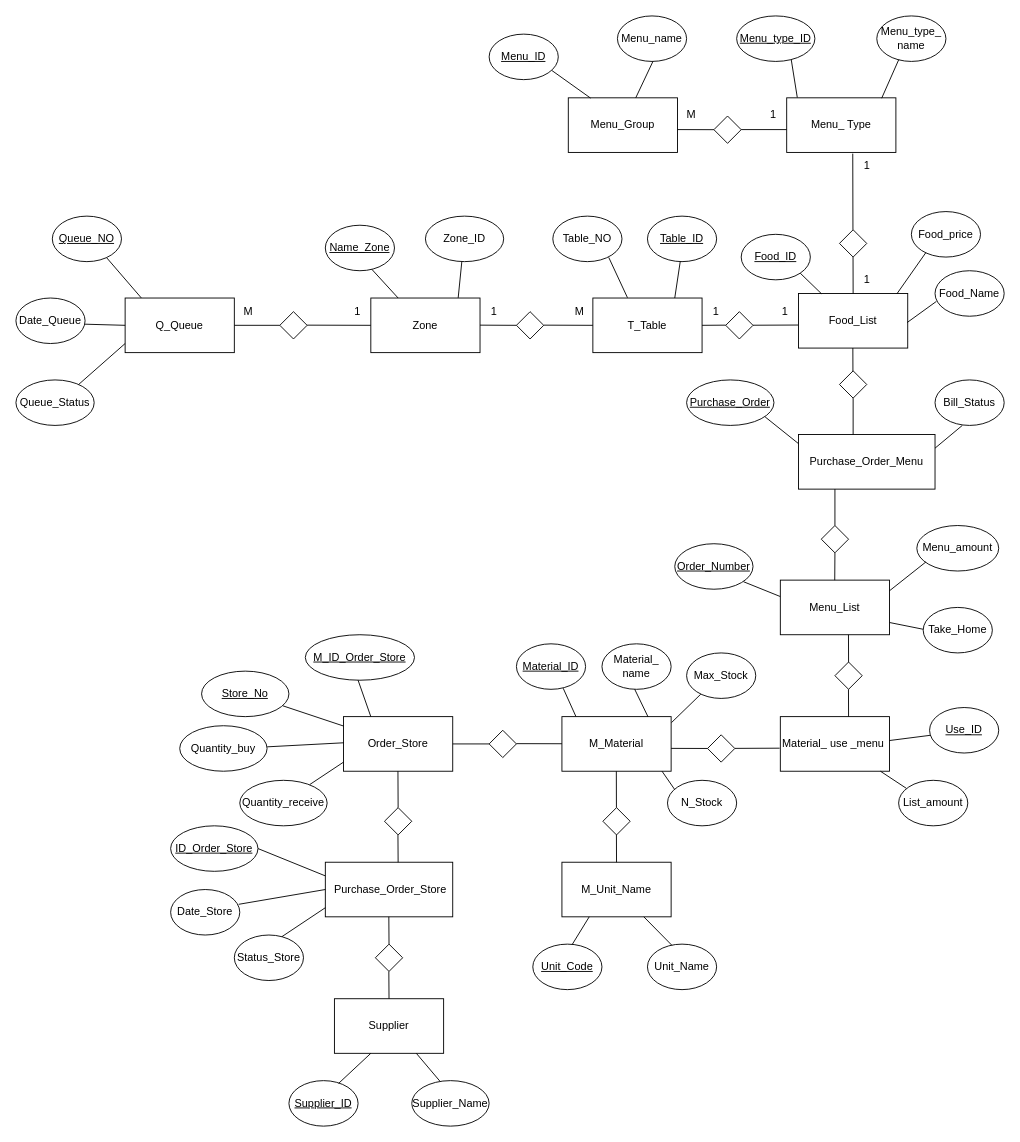
Before: ทดสอบ.drawio in banthitamakjeen/git-workshop, a draw.io diagram. Source tidied: cells renumbered, new cells numbered last; positions are measured from the earlier drawing's top-left corner, leaving out a move shared by most shapes. Both pictures are drawn from the tidied source at 91%, with x=0, y=0 at pixel (15, 15).
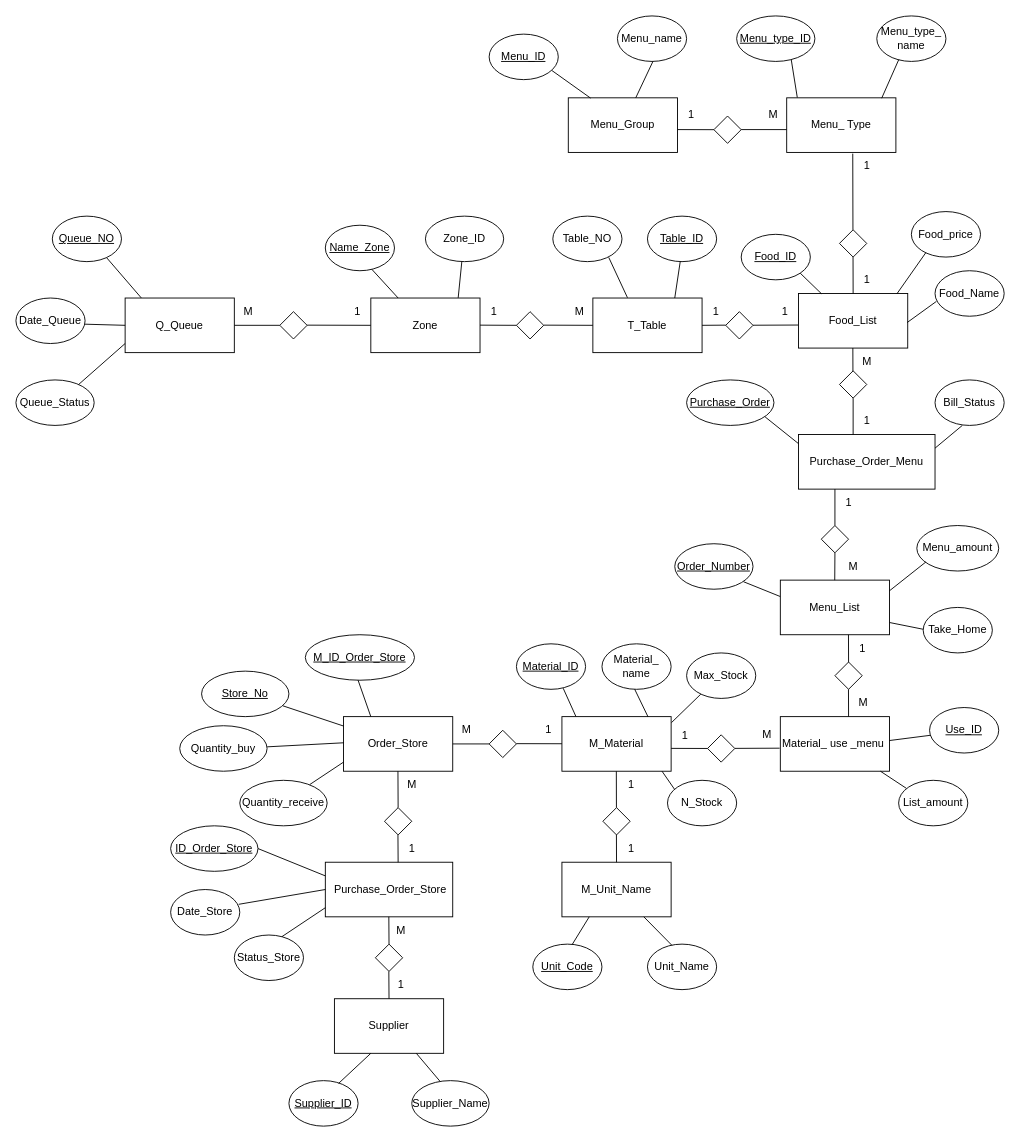
The same diagram, later.

Diff of the diagram source:
```diff
@@
-    <mxCell id="135" value="M" style="text;html=1;align=center;verticalAlign=middle;strokeColor=none;fillColor=none;" parent="1" vertex="1">
+    <mxCell id="135" value="1" style="text;html=1;align=center;verticalAlign=middle;strokeColor=none;fillColor=none;" parent="1" vertex="1">
       <mxGeometry x="727" y="94" width="30" height="30" as="geometry" />
     </mxCell>
-    <mxCell id="136" value="1" style="text;html=1;align=center;verticalAlign=middle;strokeColor=none;fillColor=none;" parent="1" vertex="1">
+    <mxCell id="136" value="M" style="text;html=1;align=center;verticalAlign=middle;strokeColor=none;fillColor=none;" parent="1" vertex="1">
       <mxGeometry x="817" y="94" width="30" height="30" as="geometry" />
     </mxCell>
+    <mxCell id="137" value="M" style="text;html=1;align=center;verticalAlign=middle;strokeColor=none;fillColor=none;" parent="1" vertex="1">
+      <mxGeometry x="920" y="365" width="30" height="30" as="geometry" />
+    </mxCell>
+    <mxCell id="138" value="1" style="text;html=1;align=center;verticalAlign=middle;strokeColor=none;fillColor=none;" parent="1" vertex="1">
+      <mxGeometry x="920" y="430" width="30" height="30" as="geometry" />
+    </mxCell>
+    <mxCell id="139" value="1" style="text;html=1;align=center;verticalAlign=middle;strokeColor=none;fillColor=none;" parent="1" vertex="1">
+      <mxGeometry x="900" y="520" width="30" height="30" as="geometry" />
+    </mxCell>
+    <mxCell id="140" value="M" style="text;html=1;align=center;verticalAlign=middle;strokeColor=none;fillColor=none;" parent="1" vertex="1">
+      <mxGeometry x="905" y="590" width="30" height="30" as="geometry" />
+    </mxCell>
+    <mxCell id="141" value="1" style="text;html=1;align=center;verticalAlign=middle;strokeColor=none;fillColor=none;" parent="1" vertex="1">
+      <mxGeometry x="915" y="680" width="30" height="30" as="geometry" />
+    </mxCell>
+    <mxCell id="142" value="M" style="text;html=1;align=center;verticalAlign=middle;strokeColor=none;fillColor=none;" parent="1" vertex="1">
+      <mxGeometry x="916" y="740" width="30" height="30" as="geometry" />
+    </mxCell>
+    <mxCell id="143" value="M" style="text;html=1;align=center;verticalAlign=middle;strokeColor=none;fillColor=none;" parent="1" vertex="1">
+      <mxGeometry x="810" y="775" width="30" height="30" as="geometry" />
+    </mxCell>
+    <mxCell id="144" value="1" style="text;html=1;align=center;verticalAlign=middle;strokeColor=none;fillColor=none;" parent="1" vertex="1">
+      <mxGeometry x="720" y="776" width="30" height="30" as="geometry" />
+    </mxCell>
+    <mxCell id="145" value="1" style="text;html=1;align=center;verticalAlign=middle;strokeColor=none;fillColor=none;" parent="1" vertex="1">
+      <mxGeometry x="661" y="830" width="30" height="30" as="geometry" />
+    </mxCell>
+    <mxCell id="146" value="1" style="text;html=1;align=center;verticalAlign=middle;strokeColor=none;fillColor=none;" parent="1" vertex="1">
+      <mxGeometry x="661" y="900" width="30" height="30" as="geometry" />
+    </mxCell>
+    <mxCell id="147" value="1" style="text;html=1;align=center;verticalAlign=middle;strokeColor=none;fillColor=none;" parent="1" vertex="1">
+      <mxGeometry x="408" y="1050" width="30" height="30" as="geometry" />
+    </mxCell>
+    <mxCell id="148" value="M" style="text;html=1;align=center;verticalAlign=middle;strokeColor=none;fillColor=none;" parent="1" vertex="1">
+      <mxGeometry x="408" y="990" width="30" height="30" as="geometry" />
+    </mxCell>
+    <mxCell id="149" value="M" style="text;html=1;align=center;verticalAlign=middle;strokeColor=none;fillColor=none;" parent="1" vertex="1">
+      <mxGeometry x="420" y="830" width="30" height="30" as="geometry" />
+    </mxCell>
+    <mxCell id="150" value="1" style="text;html=1;align=center;verticalAlign=middle;strokeColor=none;fillColor=none;" parent="1" vertex="1">
+      <mxGeometry x="420" y="900" width="30" height="30" as="geometry" />
+    </mxCell>
+    <mxCell id="151" value="1" style="text;html=1;align=center;verticalAlign=middle;strokeColor=none;fillColor=none;" parent="1" vertex="1">
+      <mxGeometry x="570" y="770" width="30" height="30" as="geometry" />
+    </mxCell>
+    <mxCell id="152" value="M" style="text;html=1;align=center;verticalAlign=middle;strokeColor=none;fillColor=none;" parent="1" vertex="1">
+      <mxGeometry x="480" y="770" width="30" height="30" as="geometry" />
+    </mxCell>
```
